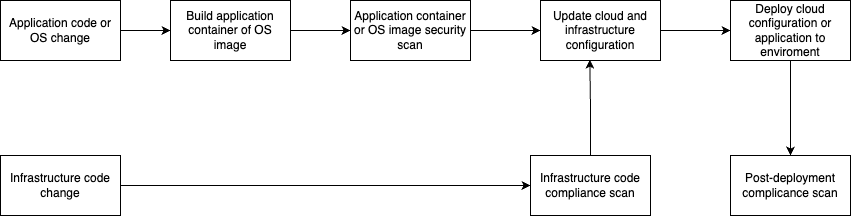
Above: Exercise 5/DevSecOpsPipeline.png in nvdiepse/udacity-aws-cloud-architect-project-3 (draw.io), before the change. Source tidied: cells renumbered, new cells last; positions are measured from the earlier drawing's top-left corner, leaving out a move shared by most shapes.
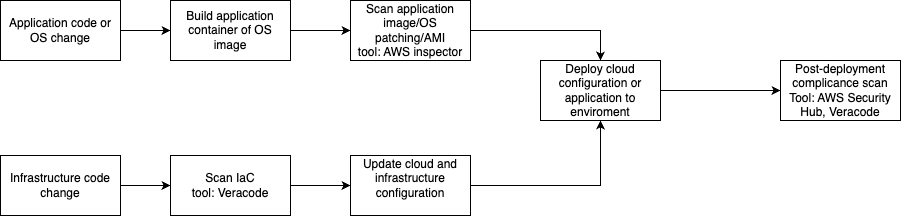
After the change.

What changed in the source:
```diff
@@ -14,26 +14,20 @@
     <mxCell id="5" value="Build application container of OS image" style="rounded=0;whiteSpace=wrap;html=1;" parent="1" vertex="1">
       <mxGeometry x="170" width="120" height="60" as="geometry" />
     </mxCell>
-    <mxCell id="6" style="edgeStyle=orthogonalEdgeStyle;rounded=0;jettySize=auto;html=1;" parent="1" edge="1" source="7" target="9">
-      <mxGeometry relative="1" as="geometry" />
-    </mxCell>
+    <mxCell id="17" style="edgeStyle=orthogonalEdgeStyle;rounded=0;jettySize=auto;html=1;entryX=0.5;entryY=0;entryDx=0;entryDy=0;" parent="1" edge="1" source="7" target="11">
+      <mxGeometry relative="1" as="geometry" />
+    </mxCell>
-    <mxCell id="7" value="Application container or OS image security scan" style="rounded=0;whiteSpace=wrap;html=1;" parent="1" vertex="1">
+    <mxCell id="7" value="Scan application image/OS patching/AMI&lt;br&gt;tool: AWS inspector" style="rounded=0;whiteSpace=wrap;html=1;" parent="1" vertex="1">
       <mxGeometry x="350" width="120" height="60" as="geometry" />
     </mxCell>
-    <mxCell id="8" style="edgeStyle=orthogonalEdgeStyle;rounded=0;jettySize=auto;html=1;entryX=0;entryY=0.5;entryDx=0;entryDy=0;" parent="1" edge="1" source="9" target="11">
-      <mxGeometry relative="1" as="geometry" />
-    </mxCell>
-    <mxCell id="9" value="Update cloud and infrastructure configuration" style="rounded=0;whiteSpace=wrap;html=1;" parent="1" vertex="1">
-      <mxGeometry x="540" width="120" height="60" as="geometry" />
-    </mxCell>
     <mxCell id="10" style="edgeStyle=orthogonalEdgeStyle;rounded=0;jettySize=auto;html=1;" parent="1" edge="1" source="11" target="12">
       <mxGeometry relative="1" as="geometry" />
     </mxCell>
     <mxCell id="11" value="Deploy cloud configuration or application to enviroment" style="rounded=0;whiteSpace=wrap;html=1;" parent="1" vertex="1">
-      <mxGeometry x="730" width="120" height="60" as="geometry" />
+      <mxGeometry x="540" y="60" width="120" height="60" as="geometry" />
     </mxCell>
-    <mxCell id="12" value="Post-deployment complicance scan" style="rounded=0;whiteSpace=wrap;html=1;" parent="1" vertex="1">
-      <mxGeometry x="730" y="155" width="120" height="60" as="geometry" />
+    <mxCell id="12" value="Post-deployment complicance scan&lt;br&gt;Tool: AWS Security Hub, Veracode" style="rounded=0;whiteSpace=wrap;html=1;" parent="1" vertex="1">
+      <mxGeometry x="780" y="60" width="120" height="60" as="geometry" />
     </mxCell>
     <mxCell id="13" style="edgeStyle=orthogonalEdgeStyle;rounded=0;jettySize=auto;html=1;entryX=0;entryY=0.5;entryDx=0;entryDy=0;" parent="1" edge="1" source="14" target="15">
       <mxGeometry relative="1" as="geometry" />
@@ -41,11 +35,17 @@
     <mxCell id="14" value="Infrastructure code change" style="rounded=0;whiteSpace=wrap;html=1;" parent="1" vertex="1">
       <mxGeometry y="155" width="120" height="60" as="geometry" />
     </mxCell>
+    <mxCell id="16" style="edgeStyle=orthogonalEdgeStyle;rounded=0;jettySize=auto;html=1;entryX=0;entryY=0.5;entryDx=0;entryDy=0;" parent="1" edge="1" source="15" target="9">
+      <mxGeometry relative="1" as="geometry" />
+    </mxCell>
-    <mxCell id="15" value="Infrastructure code compliance scan" style="rounded=0;whiteSpace=wrap;html=1;" parent="1" vertex="1">
-      <mxGeometry x="530" y="155" width="120" height="60" as="geometry" />
+    <mxCell id="15" value="Scan IaC&lt;br&gt;tool: Veracode" style="rounded=0;whiteSpace=wrap;html=1;" parent="1" vertex="1">
+      <mxGeometry x="170" y="155" width="120" height="60" as="geometry" />
     </mxCell>
-    <mxCell id="16" style="edgeStyle=orthogonalEdgeStyle;rounded=0;jettySize=auto;html=1;entryX=0.411;entryY=0.985;entryDx=0;entryDy=0;entryPerimeter=0;" parent="1" edge="1" source="15" target="9">
-      <mxGeometry relative="1" as="geometry" />
-    </mxCell>
+    <mxCell id="8" style="edgeStyle=orthogonalEdgeStyle;rounded=0;jettySize=auto;html=1;entryX=0.5;entryY=1;entryDx=0;entryDy=0;" parent="1" edge="1" source="9" target="11">
+      <mxGeometry relative="1" as="geometry" />
+    </mxCell>
+    <mxCell id="9" value="Update cloud and infrastructure configuration&lt;div&gt;&lt;br&gt;&lt;/div&gt;" style="rounded=0;whiteSpace=wrap;html=1;" parent="1" vertex="1">
+      <mxGeometry x="350" y="155" width="120" height="60" as="geometry" />
+    </mxCell>
   </root>
 </mxGraphModel>
```
